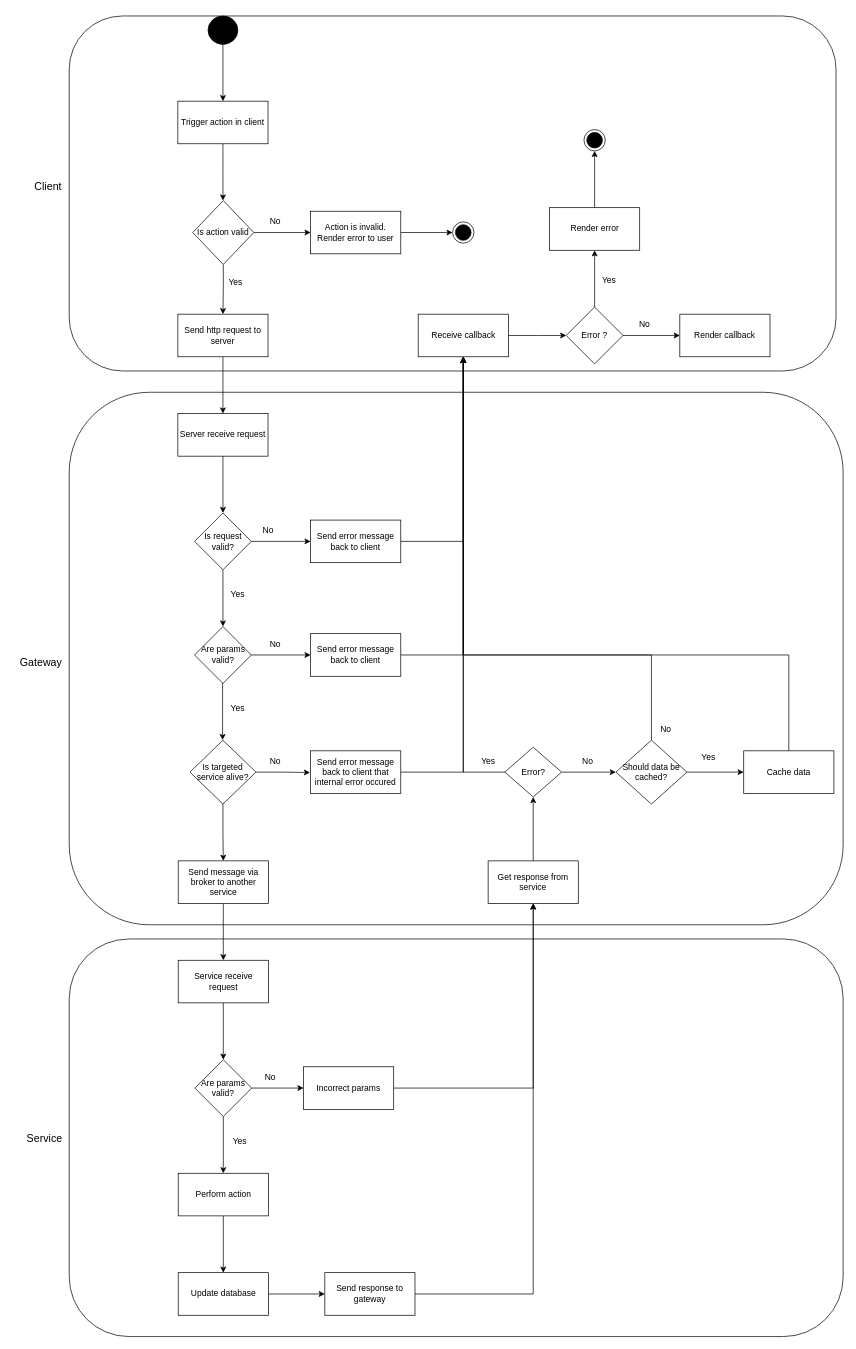
Earlier version of the draw.io diagram public/diagrams/general_overview.drawio (Monsters-RPG-game/Monsters-Docs). Source tidied: cells renumbered, new cells numbered last; positions are measured from the earlier drawing's top-left corner, leaving out a move shared by most shapes. Both pictures are drawn from the tidied source at 71%, with x=0, y=0 at pixel (12, 16).
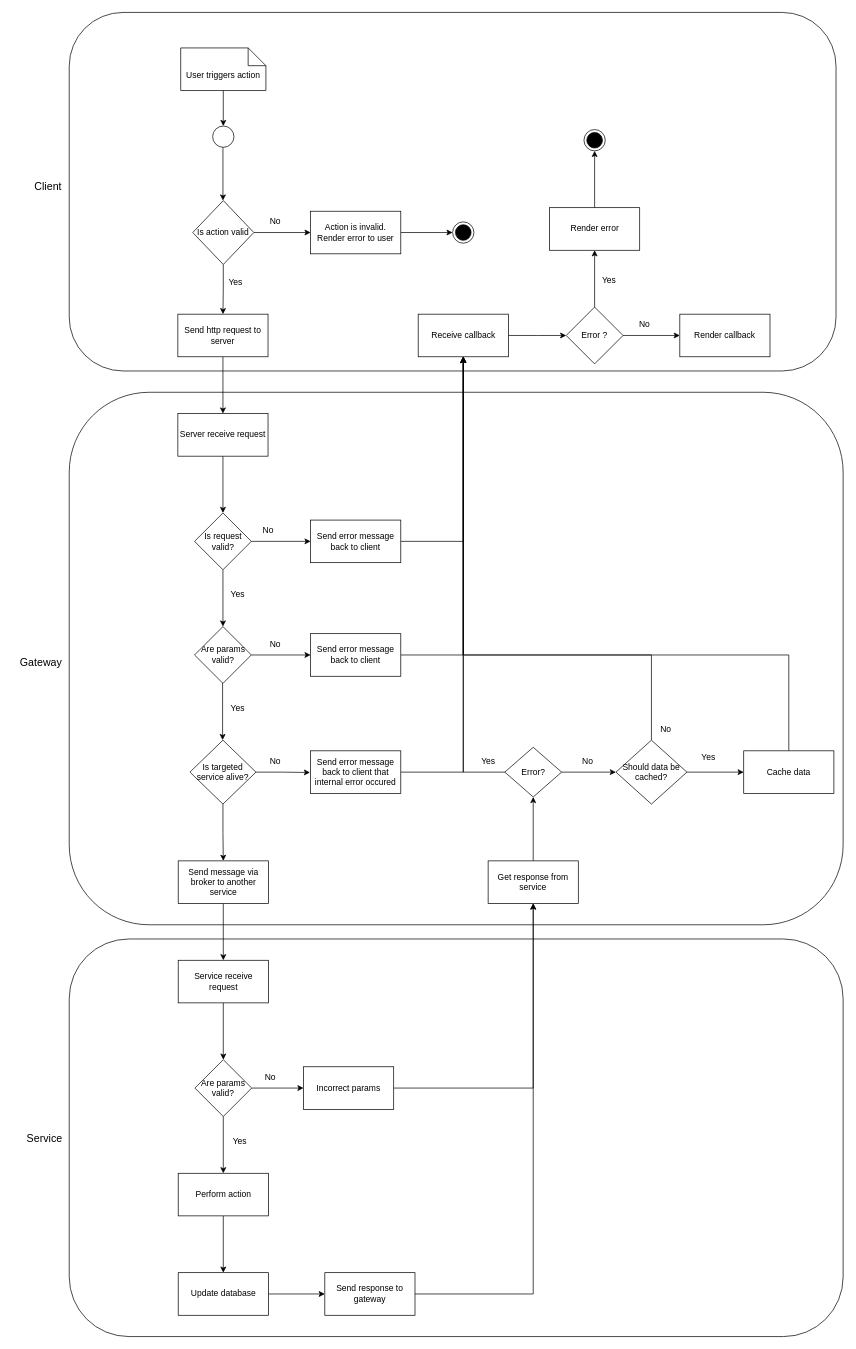
The same diagram, later.

Commit message (it also covers changes not shown here):
Feat: Added basic diagrams for other services

The edit, as a diff of the source:
```diff
@@
-    <mxCell id="2" style="edgeStyle=orthogonalEdgeStyle;rounded=0;jettySize=auto;html=1;" parent="1" edge="1" source="3">
+    <mxCell id="2" style="edgeStyle=orthogonalEdgeStyle;rounded=0;orthogonalLoop=1;jettySize=auto;html=1;" parent="1" edge="1">
       <mxGeometry relative="1" as="geometry">
+        <mxPoint x="296.5" y="180" as="sourcePoint" />
         <mxPoint x="296.5" y="260" as="targetPoint" />
       </mxGeometry>
     </mxCell>
-    <mxCell id="3" value="Trigger action in client" style="rounded=0;whiteSpace=wrap;html=1;" parent="1" vertex="1">
-      <mxGeometry x="233" y="120" width="127" height="60" as="geometry" />
-    </mxCell>
-    <mxCell id="4" style="edgeStyle=orthogonalEdgeStyle;rounded=0;jettySize=auto;html=1;entryX=0.5;entryY=0;entryDx=0;entryDy=0;" parent="1" edge="1" source="5" target="3">
-      <mxGeometry relative="1" as="geometry" />
-    </mxCell>
-    <mxCell id="5" style="ellipse;fillColor=strokeColor;html=1;" parent="1" vertex="1">
-      <mxGeometry x="275.5" width="42" height="40" as="geometry" />
-    </mxCell>
@@
     <mxCell id="16" style="rounded=1;whiteSpace=wrap;html=1;fillColor=none;" parent="1" vertex="1">
-      <mxGeometry x="80" width="1080" height="500" as="geometry" />
+      <mxGeometry x="80" y="-5" width="1080" height="505" as="geometry" />
     </mxCell>
@@
+    <mxCell id="86" style="ellipse;" parent="1" vertex="1">
+      <mxGeometry x="282" y="155" width="30" height="30" as="geometry" />
+    </mxCell>
+    <mxCell id="87" style="edgeStyle=orthogonalEdgeStyle;rounded=0;jettySize=auto;html=1;entryX=0.5;entryY=0;entryDx=0;entryDy=0;" parent="1" edge="1" source="88" target="86">
+      <mxGeometry relative="1" as="geometry" />
+    </mxCell>
+    <mxCell id="88" value="User triggers action" style="shape=note2;boundedLbl=1;whiteSpace=wrap;html=1;size=25;verticalAlign=top;align=center;" parent="1" vertex="1">
+      <mxGeometry x="237" y="45" width="120" height="60" as="geometry" />
+    </mxCell>
```
